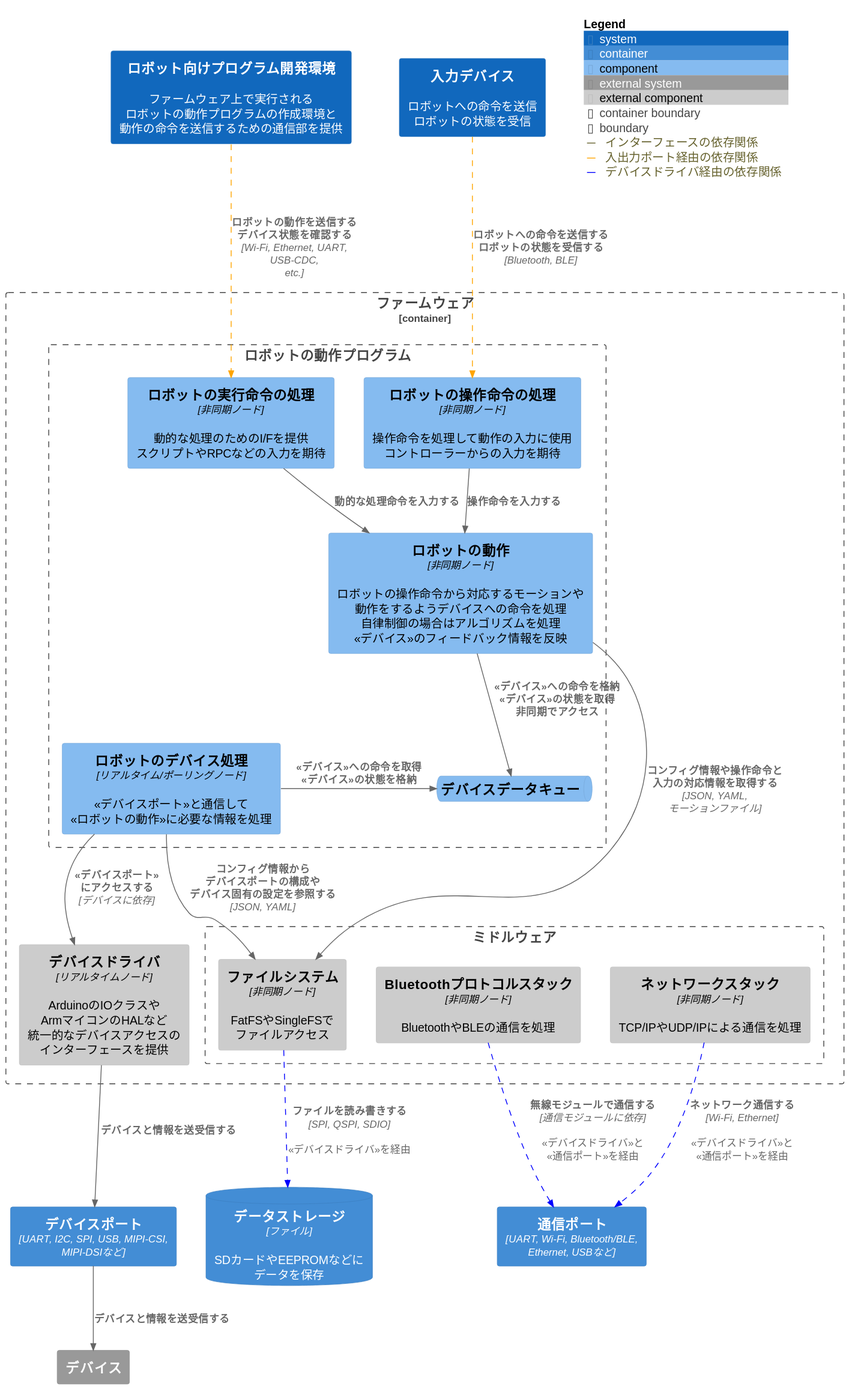
The PlantUML diagram docs/design/images/MeridianFLX-FirmwareComponent.svg in meridian-oss/MeridianFLX, before a commit.
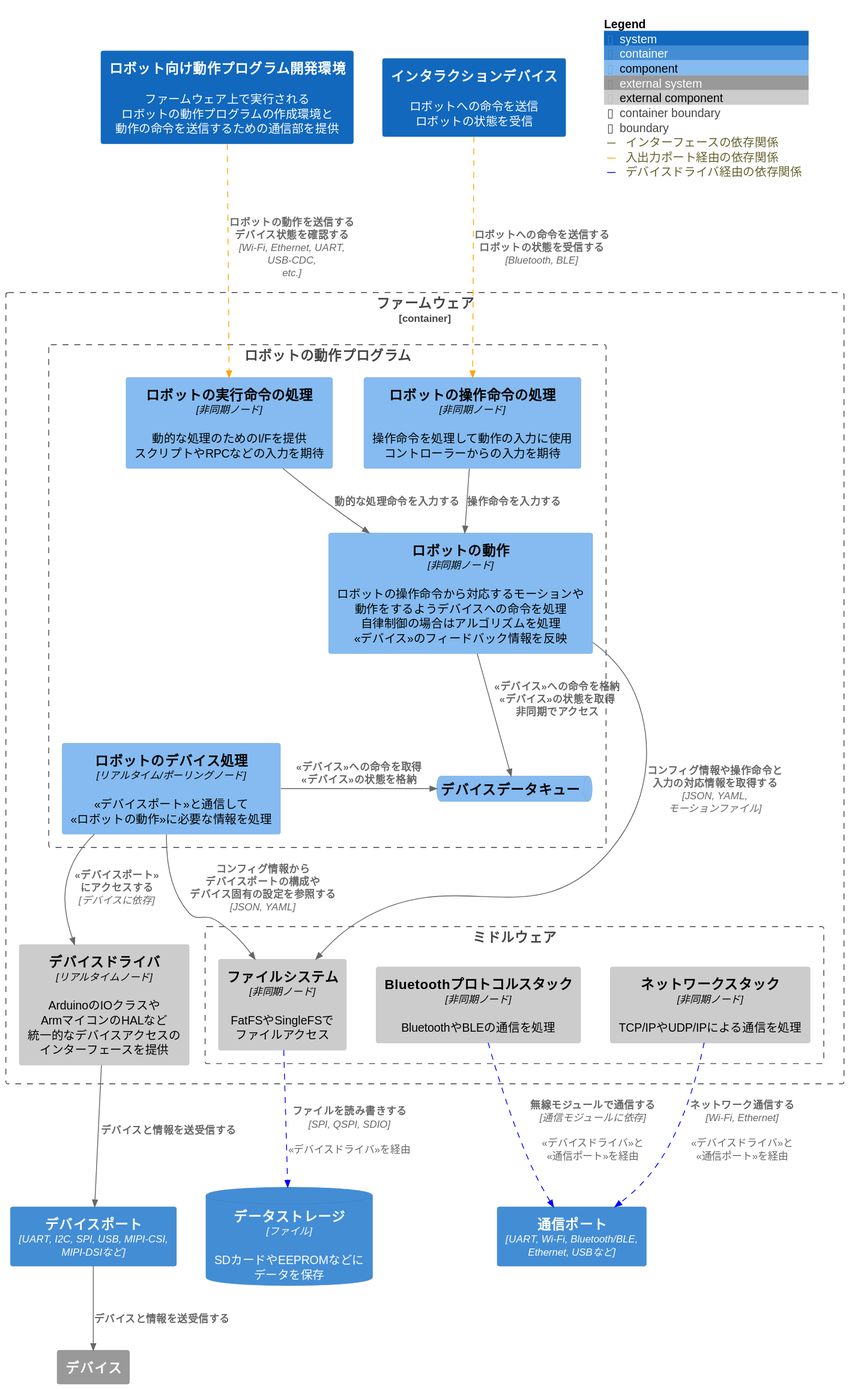
After the commit.

Change to the diagram source:
```diff
@@ -13,8 +13,8 @@
 AddRelTag("relation_via_io", $lineColor="orange", $lineStyle = DashedLine(), $legendText="入出力ポート経由の依存関係")
 AddRelTag("relation_via_dev", $lineColor="blue", $lineStyle = DashedLine(), $legendText="デバイスドライバ経由の依存関係")
 
-System(SWSDK, "ロボット向けプログラム開発環境", "ファームウェア上で実行される\nロボットの動作プログラムの作成環境と\n動作の命令を送信するための通信部を提供")
-System(INPUT, "入力デバイス", "ロボットへの命令を送信\nロボットの状態を受信")
+System(SWSDK, "ロボット向け動作プログラム開発環境", "ファームウェア上で実行される\nロボットの動作プログラムの作成環境と\n動作の命令を送信するための通信部を提供")
+System(INPUT, "インタラクションデバイス", "ロボットへの命令を送信\nロボットの状態を受信")
 
 Container_Boundary(FIRMWARE, "ファームウェア"){
     Boundary(APP, "ロボットの動作プログラム"){
```
